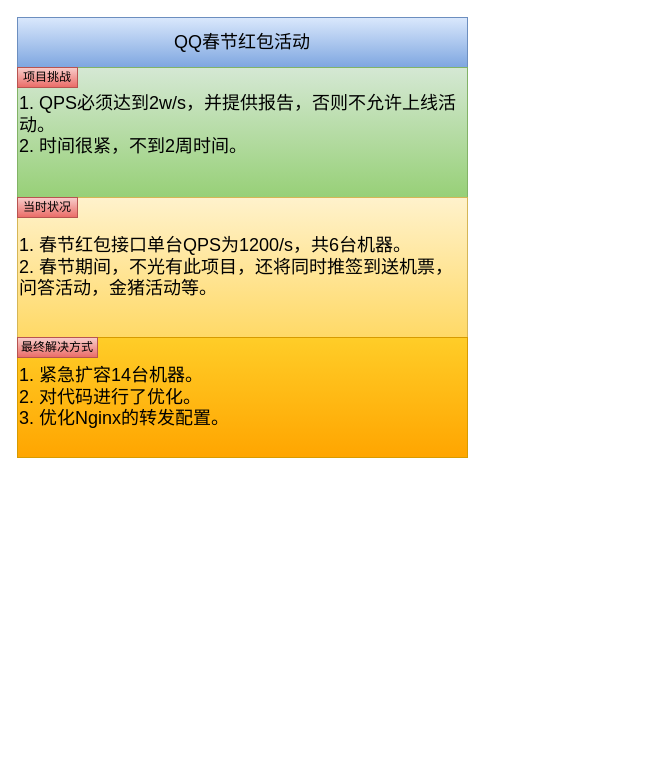
Above: 春节红包.drawio in SaturnRings/draw (draw.io), before the change. Source tidied: cells renumbered, new cells numbered last; positions are measured from the earlier drawing's top-left corner, leaving out a move shared by most shapes. Both pictures are drawn from the tidied source at 100%, with x=0, y=0 at pixel (17, 17).
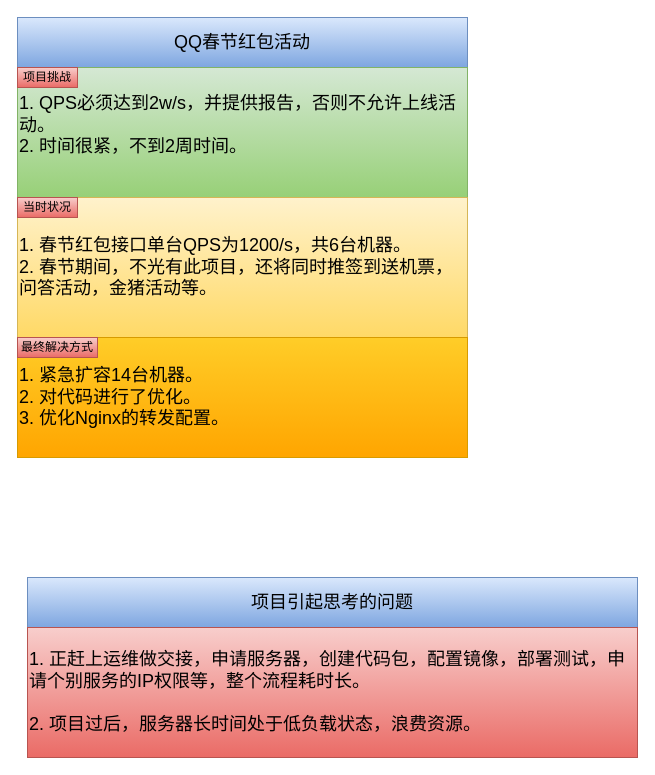
The same page after the edit.

Change to the diagram source:
```diff
@@
 <mxGraphModel>
   <root>
     <mxCell id="0" />
     <mxCell id="1" parent="0" />
     <mxCell id="2" value="&lt;font style=&quot;font-size: 18px&quot;&gt;QQ春节红包活动&lt;/font&gt;" style="rounded=0;whiteSpace=wrap;html=1;fillColor=#dae8fc;strokeColor=#6c8ebf;gradientColor=#7ea6e0;" parent="1" vertex="1">
       <mxGeometry width="450" height="50" as="geometry" />
     </mxCell>
     <mxCell id="3" value="&lt;font&gt;&lt;font style=&quot;font-size: 18px&quot;&gt;1. QPS必须达到2w/s，并提供报告，否则不允许上线活动。&lt;br&gt;2. 时间很紧，不到2周时间。&lt;br&gt;&lt;/font&gt;&lt;br&gt;&lt;/font&gt;" style="rounded=0;whiteSpace=wrap;html=1;align=left;gradientColor=#97d077;fillColor=#d5e8d4;strokeColor=#82b366;" parent="1" vertex="1">
       <mxGeometry y="50" width="450" height="130" as="geometry" />
     </mxCell>
     <mxCell id="4" value="&lt;span style=&quot;font-size: 18px&quot;&gt;1. 春节红包接口单台QPS为1200/s，共6台机器。&lt;br&gt;2. 春节期间，不光有此项目，还将同时推签到送机票，问答活动，金猪活动等。&lt;br&gt;&lt;/span&gt;" style="rounded=0;whiteSpace=wrap;html=1;align=left;gradientColor=#ffd966;fillColor=#fff2cc;strokeColor=#d6b656;" parent="1" vertex="1">
       <mxGeometry y="180" width="450" height="140" as="geometry" />
     </mxCell>
     <mxCell id="5" value="项目挑战" style="text;html=1;strokeColor=#b85450;fillColor=#f8cecc;align=center;verticalAlign=middle;whiteSpace=wrap;rounded=0;gradientColor=#ea6b66;" parent="1" vertex="1">
       <mxGeometry y="50" width="60" height="20" as="geometry" />
     </mxCell>
     <mxCell id="6" value="当时状况" style="text;html=1;strokeColor=#b85450;fillColor=#f8cecc;align=center;verticalAlign=middle;whiteSpace=wrap;rounded=0;gradientColor=#ea6b66;" parent="1" vertex="1">
       <mxGeometry y="180" width="60" height="20" as="geometry" />
     </mxCell>
     <mxCell id="7" value="&lt;font style=&quot;font-size: 18px&quot;&gt;1. 紧急扩容14台机器。&lt;br&gt;2. 对代码进行了优化。&lt;br&gt;3.&amp;nbsp;&lt;/font&gt;&lt;span style=&quot;font-size: 18px&quot;&gt;优化Nginx的转发配置。&lt;/span&gt;" style="rounded=0;whiteSpace=wrap;html=1;align=left;gradientColor=#ffa500;fillColor=#ffcd28;strokeColor=#d79b00;" parent="1" vertex="1">
       <mxGeometry y="320" width="450" height="120" as="geometry" />
     </mxCell>
     <mxCell id="8" value="最终解决方式" style="text;html=1;strokeColor=#b85450;fillColor=#f8cecc;align=center;verticalAlign=middle;whiteSpace=wrap;rounded=0;gradientColor=#ea6b66;" parent="1" vertex="1">
       <mxGeometry y="320" width="80" height="20" as="geometry" />
     </mxCell>
+    <mxCell id="9" value="&lt;font style=&quot;font-size: 18px&quot;&gt;项目引起思考的问题&lt;/font&gt;" style="rounded=0;whiteSpace=wrap;html=1;gradientColor=#7ea6e0;fillColor=#dae8fc;strokeColor=#6c8ebf;" parent="1" vertex="1">
+      <mxGeometry x="10" y="560" width="610" height="50" as="geometry" />
+    </mxCell>
+    <mxCell id="10" value="&lt;font style=&quot;font-size: 18px&quot;&gt;1. 正赶上运维做交接，申请服务器，创建代码包，配置镜像，部署测试，申请个别服务的IP权限等，整个流程耗时长。&lt;br&gt;&lt;br&gt;2. 项目过后，服务器长时间处于低负载状态，浪费资源。&lt;/font&gt;" style="rounded=0;whiteSpace=wrap;html=1;align=left;gradientColor=#ea6b66;fillColor=#f8cecc;strokeColor=#b85450;" parent="1" vertex="1">
+      <mxGeometry x="10" y="610" width="610" height="130" as="geometry" />
+    </mxCell>
   </root>
 </mxGraphModel>
```
